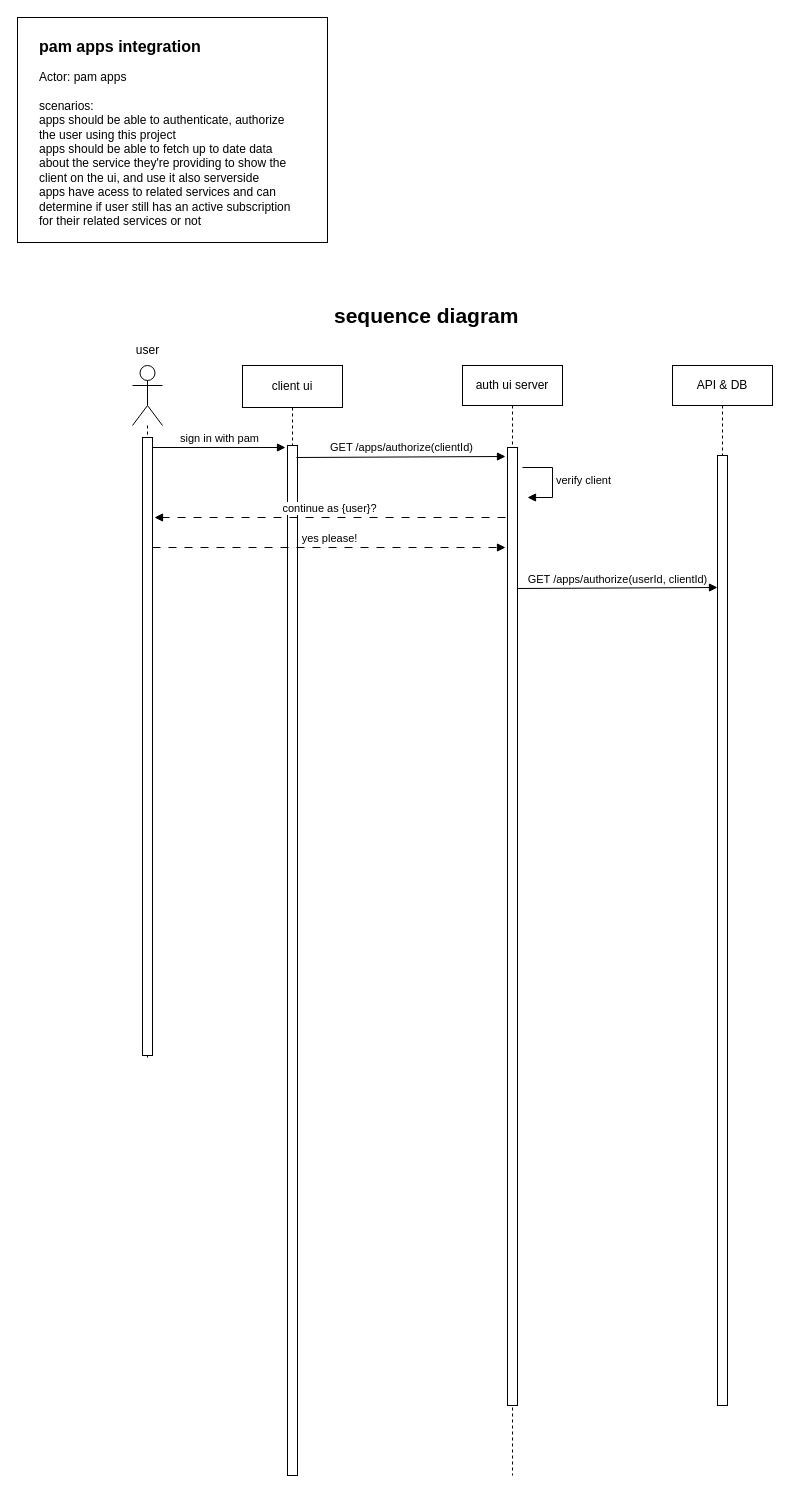
Earlier version of the draw.io diagram page "apps integration" (4 of 4) of pamylka - general.drawio (ahmed-elbehairy7/pamylka-system-design). Source tidied: cells renumbered, new cells numbered last; positions are measured from the earlier drawing's top-left corner, leaving out a move shared by most shapes. Both pictures are drawn from the tidied source at 100%, with x=0, y=0 at pixel (17, 17).
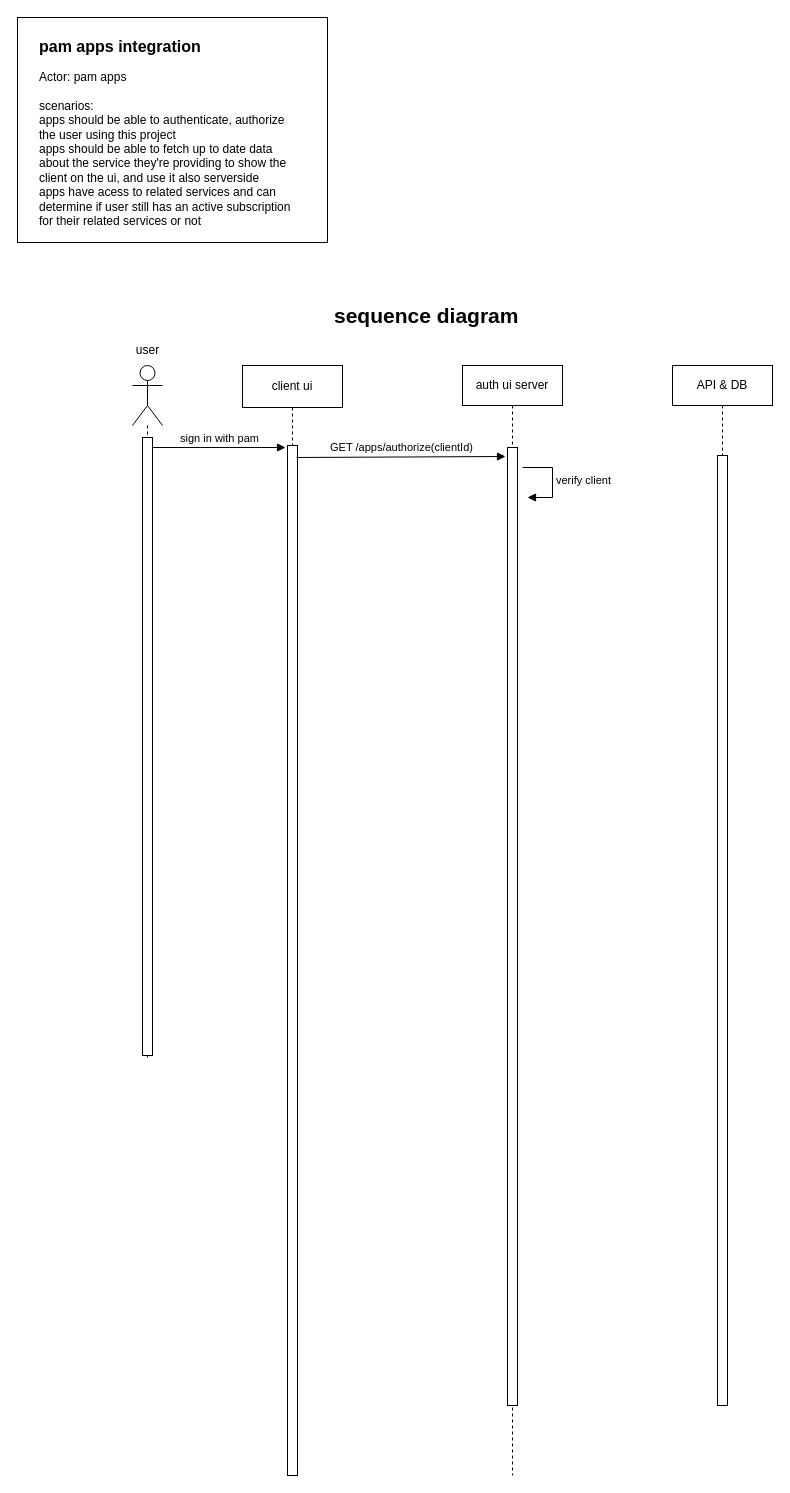
The same diagram, later.

What changed in the source:
```diff
@@
-    <mxCell id="18" value="GET /apps/authorize(userId, clientId)" style="html=1;verticalAlign=bottom;endArrow=block;curved=0;rounded=0;" parent="1" edge="1">
-      <mxGeometry relative="1" as="geometry">
-        <mxPoint x="500" y="571" as="sourcePoint" />
-        <mxPoint x="700" y="570" as="targetPoint" />
-      </mxGeometry>
-    </mxCell>
-    <mxCell id="19" value="continue as {user}?" style="html=1;verticalAlign=bottom;endArrow=block;curved=0;rounded=0;dashed=1;dashPattern=8 8;" parent="1" edge="1">
-      <mxGeometry relative="1" as="geometry">
-        <mxPoint x="488" y="500" as="sourcePoint" />
-        <mxPoint x="137" y="500" as="targetPoint" />
-      </mxGeometry>
-    </mxCell>
-    <mxCell id="20" value="yes please!" style="html=1;verticalAlign=bottom;endArrow=block;curved=0;rounded=0;dashed=1;dashPattern=8 8;" parent="1" edge="1">
-      <mxGeometry relative="1" as="geometry">
-        <mxPoint x="135" y="530" as="sourcePoint" />
-        <mxPoint x="488" y="530" as="targetPoint" />
-      </mxGeometry>
-    </mxCell>
```
